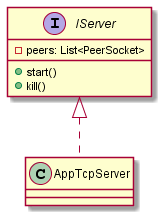
Above: uml/server.png in ArquitecturaSWITSON082021/FacebootClient (PlantUML), before the change.
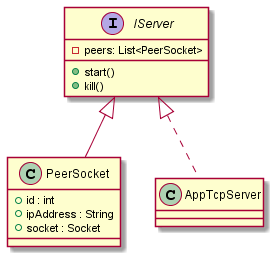
After the commit.

Commit message:
Correcciones PeerSocket

What changed in the source:
```diff
@@ -8,6 +8,14 @@
     + kill()
 }
 
+IServer <|-- PeerSocket
+
+class PeerSocket {
+    + id : int
+    + ipAddress : String
+    + socket : Socket
+}
+
 class AppTcpServer implements IServer {}
 
 @enduml
```
